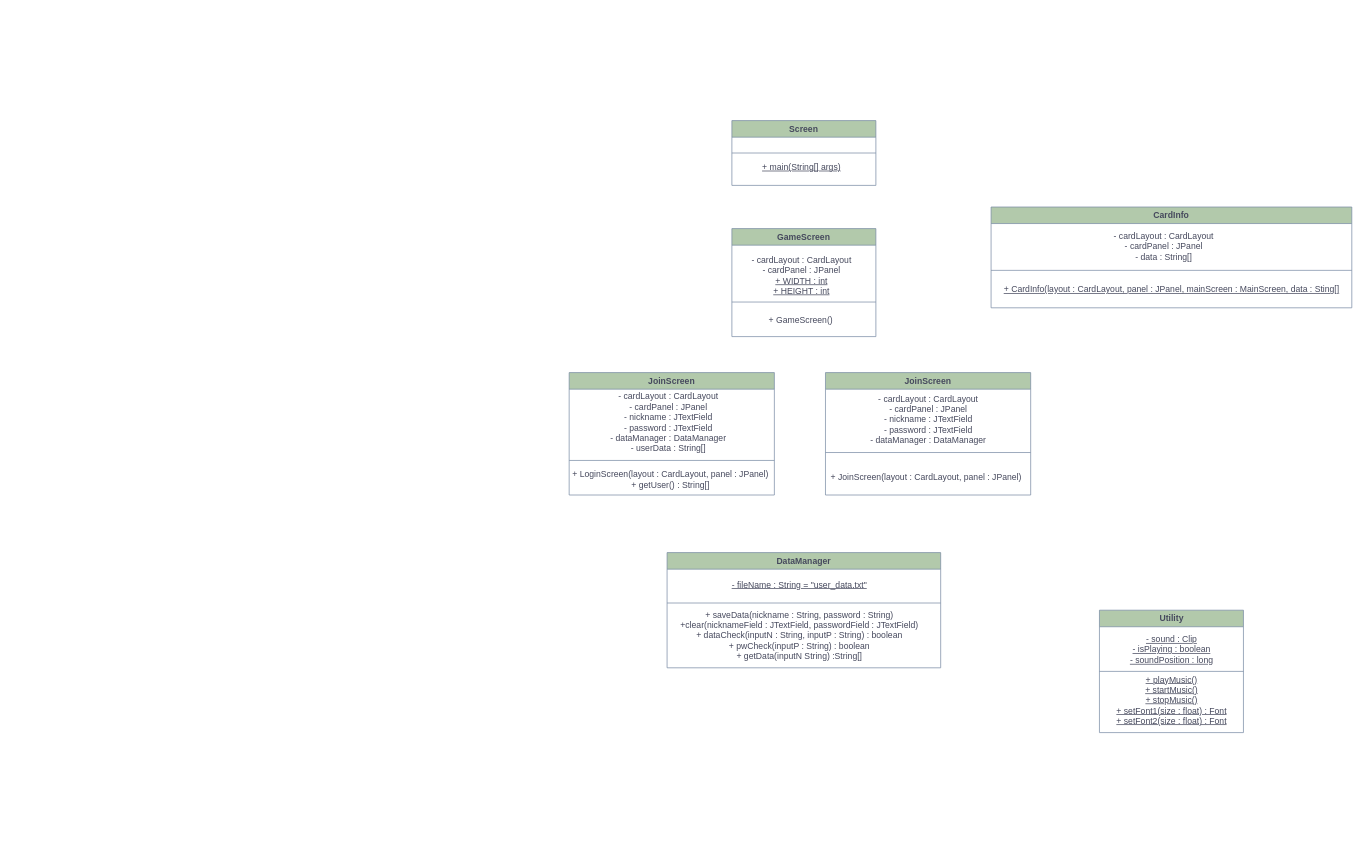
Earlier version of the draw.io diagram sw.drawio (dmsqls0704/software). Source tidied: cells renumbered, new cells numbered last; positions are measured from the earlier drawing's top-left corner, leaving out a move shared by most shapes. Both pictures are drawn from the tidied source at 72%, with x=0, y=0 at pixel (566, 120).
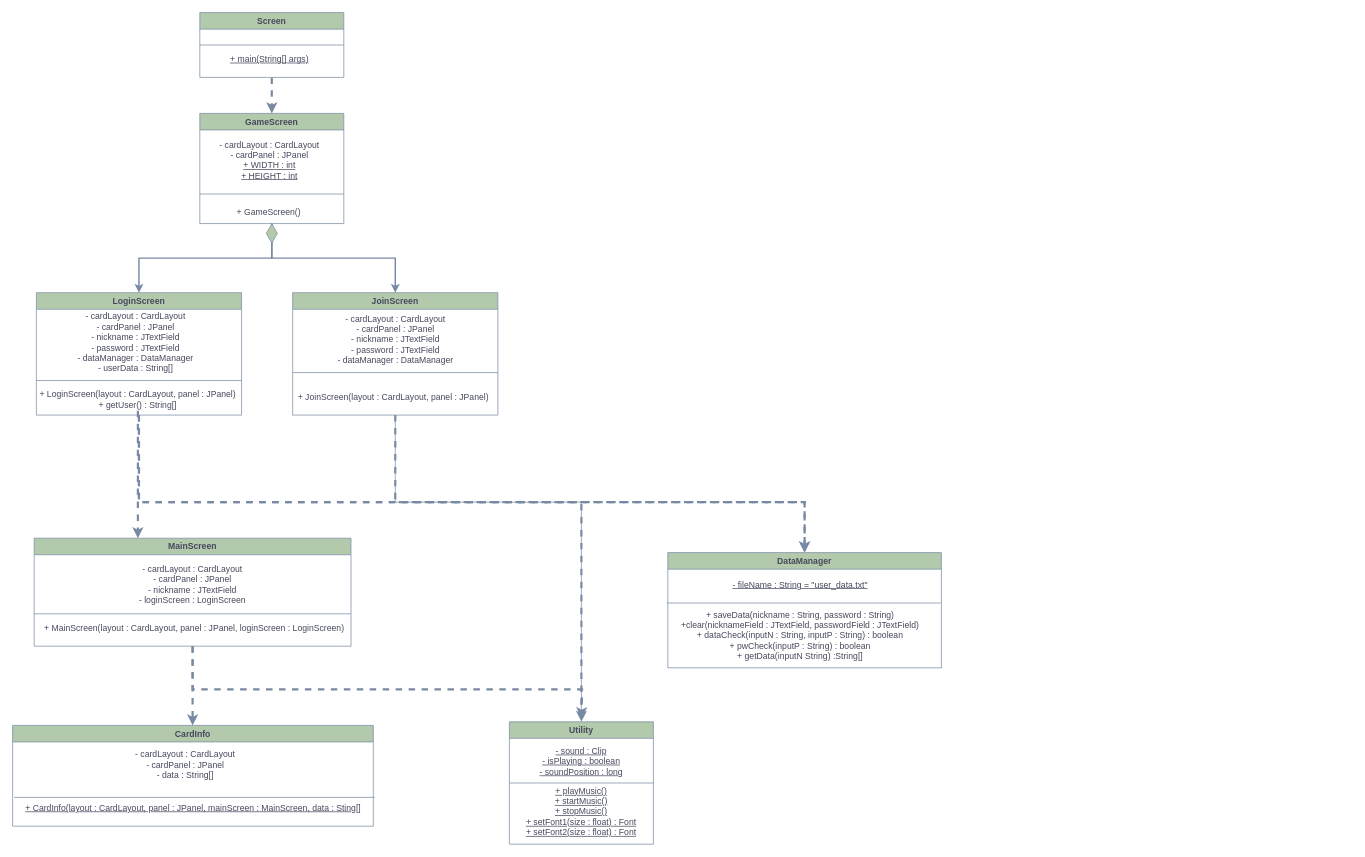
After the change.

Unchanged cells that the change refers to:
```xml
<mxCell id="11" value="JoinScreen" style="swimlane;whiteSpace=wrap;html=1;rounded=0;labelBackgroundColor=none;fillColor=#B2C9AB;strokeColor=#788AA3;fontColor=#46495D;" parent="10" vertex="1">
  <mxGeometry width="285" height="170" as="geometry" />
</mxCell>
<mxCell id="17" value="+ LoginScreen(layout : CardLayout, panel : JPanel)&lt;br&gt;+ getUser() : String[]" style="text;html=1;strokeColor=none;fillColor=none;align=center;verticalAlign=middle;whiteSpace=wrap;rounded=0;labelBackgroundColor=none;fontColor=#46495D;" parent="15" vertex="1">
  <mxGeometry y="134" width="290" height="30" as="geometry" />
</mxCell>
<mxCell id="18" style="group;rounded=0;labelBackgroundColor=none;fontColor=#46495D;" parent="15" vertex="1">
  <mxGeometry x="4" width="285" height="170" as="geometry" />
</mxCell>
```

Change to the diagram source:
```diff
@@
+    <mxCell id="36" style="group;" parent="1" vertex="1">
+      <mxGeometry x="-739" y="-150" width="1231" height="900" as="geometry" />
+    </mxCell>
+    <mxCell id="37" style="edgeStyle=orthogonalEdgeStyle;rounded=0;jettySize=auto;html=1;strokeColor=#788AA3;fontColor=#46495D;fillColor=#B2C9AB;dashed=1;strokeWidth=3;" parent="36" edge="1" source="2">
+      <mxGeometry relative="1" as="geometry">
+        <mxPoint x="330" y="140" as="targetPoint" />
+      </mxGeometry>
+    </mxCell>
-    <mxCell id="2" value="Screen" style="swimlane;whiteSpace=wrap;html=1;rounded=0;labelBackgroundColor=none;fillColor=#B2C9AB;strokeColor=#788AA3;fontColor=#46495D;" parent="1" vertex="1">
+    <mxCell id="2" value="Screen" style="swimlane;whiteSpace=wrap;html=1;rounded=0;labelBackgroundColor=none;fillColor=#B2C9AB;strokeColor=#788AA3;fontColor=#46495D;" parent="36" vertex="1">
       <mxGeometry x="230" width="200" height="90" as="geometry" />
     </mxCell>
@@
-    <mxCell id="4" style="endArrow=none;html=1;rounded=0;exitX=0;exitY=0.5;exitDx=0;exitDy=0;entryX=1;entryY=0.5;entryDx=0;entryDy=0;labelBackgroundColor=none;strokeColor=#788AA3;fontColor=default;" parent="1" edge="1" source="2" target="2">
+    <mxCell id="4" style="endArrow=none;html=1;rounded=0;exitX=0;exitY=0.5;exitDx=0;exitDy=0;entryX=1;entryY=0.5;entryDx=0;entryDy=0;labelBackgroundColor=none;strokeColor=#788AA3;fontColor=default;" parent="36" edge="1" source="2" target="2">
       <mxGeometry relative="1" as="geometry" />
     </mxCell>
-    <mxCell id="5" style="group;rounded=0;labelBackgroundColor=none;fontColor=#46495D;" parent="1" vertex="1">
+    <mxCell id="5" style="group;rounded=0;labelBackgroundColor=none;fontColor=#46495D;" parent="36" vertex="1">
       <mxGeometry x="230" y="150" width="200" height="150" as="geometry" />
     </mxCell>
     <mxCell id="6" value="GameScreen" style="swimlane;whiteSpace=wrap;html=1;rounded=0;labelBackgroundColor=none;fillColor=#B2C9AB;strokeColor=#788AA3;fontColor=#46495D;" parent="5" vertex="1">
-      <mxGeometry width="200" height="150" as="geometry" />
+      <mxGeometry y="-10" width="200" height="153" as="geometry" />
     </mxCell>
@@
-    <mxCell id="10" style="group;rounded=0;labelBackgroundColor=none;fontColor=#46495D;" parent="1" vertex="1">
-      <mxGeometry x="360" y="350" width="285" height="170" as="geometry" />
+    <mxCell id="10" style="group;rounded=0;labelBackgroundColor=none;fontColor=#46495D;" parent="36" vertex="1">
+      <mxGeometry x="359" y="389" width="285" height="170" as="geometry" />
     </mxCell>
+    <mxCell id="38" style="edgeStyle=orthogonalEdgeStyle;rounded=0;jettySize=auto;html=1;strokeColor=#788AA3;fontColor=#46495D;fillColor=#B2C9AB;" parent="10" edge="1" source="11">
+      <mxGeometry relative="1" as="geometry">
+        <mxPoint x="401" y="591" as="targetPoint" />
+        <Array as="points">
+          <mxPoint x="143" y="291" />
+          <mxPoint x="401" y="291" />
+        </Array>
+      </mxGeometry>
+    </mxCell>
@@
-    <mxCell id="15" style="group;rounded=0;labelBackgroundColor=none;fontColor=#46495D;" parent="1" vertex="1">
-      <mxGeometry y="350" width="290" height="170" as="geometry" />
+    <mxCell id="15" style="group;rounded=0;labelBackgroundColor=none;fontColor=#46495D;" parent="36" vertex="1">
+      <mxGeometry x="-1" y="389" width="290" height="170" as="geometry" />
     </mxCell>
@@
-    <mxCell id="19" value="JoinScreen" style="swimlane;whiteSpace=wrap;html=1;rounded=0;labelBackgroundColor=none;fillColor=#B2C9AB;strokeColor=#788AA3;fontColor=#46495D;" parent="18" vertex="1">
+    <mxCell id="19" value="LoginScreen" style="swimlane;whiteSpace=wrap;html=1;rounded=0;labelBackgroundColor=none;fillColor=#B2C9AB;strokeColor=#788AA3;fontColor=#46495D;" parent="18" vertex="1">
       <mxGeometry width="285" height="170" as="geometry" />
     </mxCell>
@@
-    <mxCell id="21" style="group;rounded=0;labelBackgroundColor=none;fontColor=#46495D;" parent="1" vertex="1">
-      <mxGeometry x="140" y="600" width="380" height="160" as="geometry" />
-    </mxCell>
+    <mxCell id="39" style="edgeStyle=orthogonalEdgeStyle;rounded=0;jettySize=auto;html=1;strokeColor=#788AA3;fontColor=#46495D;fillColor=#B2C9AB;strokeWidth=3;dashed=1;" parent="36" edge="1" source="41">
+      <mxGeometry relative="1" as="geometry">
+        <mxPoint x="760" y="980" as="targetPoint" />
+        <Array as="points">
+          <mxPoint x="220" y="940" />
+          <mxPoint x="761" y="940" />
+          <mxPoint x="761" y="980" />
+        </Array>
+      </mxGeometry>
+    </mxCell>
+    <mxCell id="40" style="edgeStyle=orthogonalEdgeStyle;rounded=0;jettySize=auto;html=1;strokeColor=#788AA3;fontColor=#46495D;fillColor=#B2C9AB;dashed=1;strokeWidth=3;" parent="36" edge="1" source="41">
+      <mxGeometry relative="1" as="geometry">
+        <mxPoint x="220" y="990" as="targetPoint" />
+      </mxGeometry>
+    </mxCell>
+    <mxCell id="41" value="MainScreen" style="swimlane;whiteSpace=wrap;html=1;rounded=0;labelBackgroundColor=none;fillColor=#B2C9AB;strokeColor=#788AA3;fontColor=#46495D;" parent="36" vertex="1">
+      <mxGeometry y="730" width="440" height="150" as="geometry" />
+    </mxCell>
+    <mxCell id="42" value="- cardLayout : CardLayout&lt;br style=&quot;border-color: var(--border-color);&quot;&gt;- cardPanel : JPanel&lt;br&gt;- nickname : JTextField&lt;br&gt;- loginScreen : LoginScreen" style="text;html=1;strokeColor=none;fillColor=none;align=center;verticalAlign=middle;whiteSpace=wrap;rounded=0;labelBackgroundColor=none;fontColor=#46495D;" parent="41" vertex="1">
+      <mxGeometry x="130" y="50" width="180" height="30" as="geometry" />
+    </mxCell>
+    <mxCell id="43" value="+ MainScreen(layout : CardLayout, panel : JPanel, loginScreen : LoginScreen)" style="text;html=1;strokeColor=none;fillColor=none;align=center;verticalAlign=middle;whiteSpace=wrap;rounded=0;labelBackgroundColor=none;fontColor=#46495D;" parent="41" vertex="1">
+      <mxGeometry x="5" y="110" width="435" height="30" as="geometry" />
+    </mxCell>
+    <mxCell id="44" style="endArrow=none;html=1;rounded=0;exitX=0;exitY=0.5;exitDx=0;exitDy=0;labelBackgroundColor=none;strokeColor=#788AA3;fontColor=default;" parent="41" edge="1">
+      <mxGeometry relative="1" as="geometry">
+        <mxPoint y="105" as="sourcePoint" />
+        <mxPoint x="440" y="105" as="targetPoint" />
+      </mxGeometry>
+    </mxCell>
+    <mxCell id="45" style="edgeStyle=orthogonalEdgeStyle;rounded=0;jettySize=auto;html=1;strokeColor=#788AA3;fontColor=#46495D;fillColor=#B2C9AB;strokeWidth=2;" parent="36" edge="1" source="6" target="19">
+      <mxGeometry relative="1" as="geometry" />
+    </mxCell>
+    <mxCell id="46" style="edgeStyle=orthogonalEdgeStyle;rounded=0;jettySize=auto;html=1;strokeColor=#788AA3;fontColor=#46495D;fillColor=#B2C9AB;strokeWidth=2;" parent="36" edge="1" source="6" target="11">
+      <mxGeometry relative="1" as="geometry" />
+    </mxCell>
+    <mxCell id="47" style="html=1;whiteSpace=wrap;shape=isoRectangle;strokeColor=#788AA3;fontColor=#46495D;fillColor=#B2C9AB;rotation=-90;" parent="36" vertex="1">
+      <mxGeometry x="316.7" y="298.7" width="26.7" height="16" as="geometry" />
+    </mxCell>
+    <mxCell id="48" style="edgeStyle=orthogonalEdgeStyle;rounded=0;jettySize=auto;html=1;entryX=0.5;entryY=0;entryDx=0;entryDy=0;strokeColor=#788AA3;fontColor=#46495D;fillColor=#B2C9AB;dashed=1;strokeWidth=3;" parent="36" edge="1" source="19" target="22">
+      <mxGeometry relative="1" as="geometry">
+        <Array as="points">
+          <mxPoint x="146" y="680" />
+          <mxPoint x="1070" y="680" />
+        </Array>
+      </mxGeometry>
+    </mxCell>
+    <mxCell id="49" style="edgeStyle=orthogonalEdgeStyle;rounded=0;jettySize=auto;html=1;strokeColor=#788AA3;fontColor=#46495D;fillColor=#B2C9AB;dashed=1;strokeWidth=3;" parent="36" edge="1" source="11" target="22">
+      <mxGeometry relative="1" as="geometry">
+        <Array as="points">
+          <mxPoint x="502" y="680" />
+          <mxPoint x="1070" y="680" />
+        </Array>
+      </mxGeometry>
+    </mxCell>
+    <mxCell id="50" style="edgeStyle=orthogonalEdgeStyle;rounded=0;jettySize=auto;html=1;strokeColor=#788AA3;fontColor=#46495D;fillColor=#B2C9AB;dashed=1;strokeWidth=3;" parent="36" edge="1" source="17" target="41">
+      <mxGeometry relative="1" as="geometry">
+        <Array as="points">
+          <mxPoint x="144" y="660" />
+          <mxPoint x="144" y="660" />
+        </Array>
+      </mxGeometry>
+    </mxCell>
-    <mxCell id="22" value="DataManager" style="swimlane;whiteSpace=wrap;html=1;rounded=0;labelBackgroundColor=none;fillColor=#B2C9AB;strokeColor=#788AA3;fontColor=#46495D;" parent="21" vertex="1">
-      <mxGeometry width="380" height="160" as="geometry" />
+    <mxCell id="22" value="DataManager" style="swimlane;whiteSpace=wrap;html=1;rounded=0;labelBackgroundColor=none;fillColor=#B2C9AB;strokeColor=#788AA3;fontColor=#46495D;" parent="36" vertex="1">
+      <mxGeometry x="880" y="750" width="380" height="160" as="geometry" />
     </mxCell>
@@
-    <mxCell id="25" style="endArrow=none;html=1;rounded=0;labelBackgroundColor=none;strokeColor=#788AA3;fontColor=default;" parent="21" edge="1">
-      <mxGeometry relative="1" as="geometry">
-        <mxPoint y="70" as="sourcePoint" />
-        <mxPoint x="380" y="70" as="targetPoint" />
-      </mxGeometry>
-    </mxCell>
-    <mxCell id="26" style="group;labelBackgroundColor=none;fontColor=#46495D;" parent="1" vertex="1">
-      <mxGeometry x="740.5" y="680" width="200" height="170" as="geometry" />
-    </mxCell>
-    <mxCell id="27" value="Utility" style="swimlane;whiteSpace=wrap;html=1;rounded=0;labelBackgroundColor=none;fillColor=#B2C9AB;strokeColor=#788AA3;fontColor=#46495D;" parent="26" vertex="1">
-      <mxGeometry width="200" height="170" as="geometry" />
+    <mxCell id="27" value="Utility" style="swimlane;whiteSpace=wrap;html=1;rounded=0;labelBackgroundColor=none;fillColor=#B2C9AB;strokeColor=#788AA3;fontColor=#46495D;" parent="1" vertex="1">
+      <mxGeometry x="-79" y="835" width="200" height="170" as="geometry" />
     </mxCell>
@@
-    <mxCell id="30" style="endArrow=none;html=1;exitX=0;exitY=0.5;exitDx=0;exitDy=0;entryX=1;entryY=0.5;entryDx=0;entryDy=0;labelBackgroundColor=none;strokeColor=#788AA3;fontColor=default;" parent="26" edge="1" source="27" target="27">
+    <mxCell id="30" style="endArrow=none;html=1;exitX=0;exitY=0.5;exitDx=0;exitDy=0;entryX=1;entryY=0.5;entryDx=0;entryDy=0;labelBackgroundColor=none;strokeColor=#788AA3;fontColor=default;" parent="1" edge="1" source="27" target="27">
       <mxGeometry relative="1" as="geometry" />
     </mxCell>
-    <mxCell id="31" style="group;labelBackgroundColor=none;fontColor=#46495D;" parent="1" vertex="1">
-      <mxGeometry x="590" y="120" width="501" height="140" as="geometry" />
-    </mxCell>
-    <mxCell id="32" value="CardInfo" style="swimlane;whiteSpace=wrap;html=1;rounded=0;labelBackgroundColor=none;fillColor=#B2C9AB;strokeColor=#788AA3;fontColor=#46495D;" parent="31" vertex="1">
-      <mxGeometry width="501" height="140" as="geometry" />
+    <mxCell id="32" value="CardInfo" style="swimlane;whiteSpace=wrap;html=1;rounded=0;labelBackgroundColor=none;fillColor=#B2C9AB;strokeColor=#788AA3;fontColor=#46495D;" parent="1" vertex="1">
+      <mxGeometry x="-769" y="840" width="501" height="140" as="geometry" />
     </mxCell>
@@
-    <mxCell id="35" style="endArrow=none;html=1;exitX=0;exitY=0.5;exitDx=0;exitDy=0;entryX=1;entryY=0.5;entryDx=0;entryDy=0;labelBackgroundColor=none;strokeColor=#788AA3;fontColor=default;" parent="31" edge="1">
+    <mxCell id="35" style="endArrow=none;html=1;exitX=0;exitY=0.5;exitDx=0;exitDy=0;entryX=1;entryY=0.5;entryDx=0;entryDy=0;labelBackgroundColor=none;strokeColor=#788AA3;fontColor=default;" parent="32" edge="1">
       <mxGeometry relative="1" as="geometry">
-        <mxPoint y="88" as="sourcePoint" />
-        <mxPoint x="501" y="88" as="targetPoint" />
+        <mxPoint x="2" y="100" as="sourcePoint" />
+        <mxPoint x="503" y="100" as="targetPoint" />
       </mxGeometry>
     </mxCell>
+    <mxCell id="51" style="edgeStyle=orthogonalEdgeStyle;rounded=0;jettySize=auto;html=1;entryX=0.5;entryY=0;entryDx=0;entryDy=0;strokeColor=#788AA3;fontColor=#46495D;fillColor=#B2C9AB;dashed=1;strokeWidth=3;" parent="1" edge="1" source="19" target="27">
+      <mxGeometry relative="1" as="geometry">
+        <Array as="points">
+          <mxPoint x="-593" y="530" />
+          <mxPoint x="21" y="530" />
+        </Array>
+      </mxGeometry>
+    </mxCell>
+    <mxCell id="21" style="group;rounded=0;labelBackgroundColor=none;fontColor=#46495D;" parent="1" vertex="1">
+      <mxGeometry x="140" y="600" width="380" height="160" as="geometry" />
+    </mxCell>
+    <mxCell id="25" style="endArrow=none;html=1;rounded=0;labelBackgroundColor=none;strokeColor=#788AA3;fontColor=default;" parent="21" edge="1">
+      <mxGeometry relative="1" as="geometry">
+        <mxPoint y="70" as="sourcePoint" />
+        <mxPoint x="380" y="70" as="targetPoint" />
+      </mxGeometry>
+    </mxCell>
```
